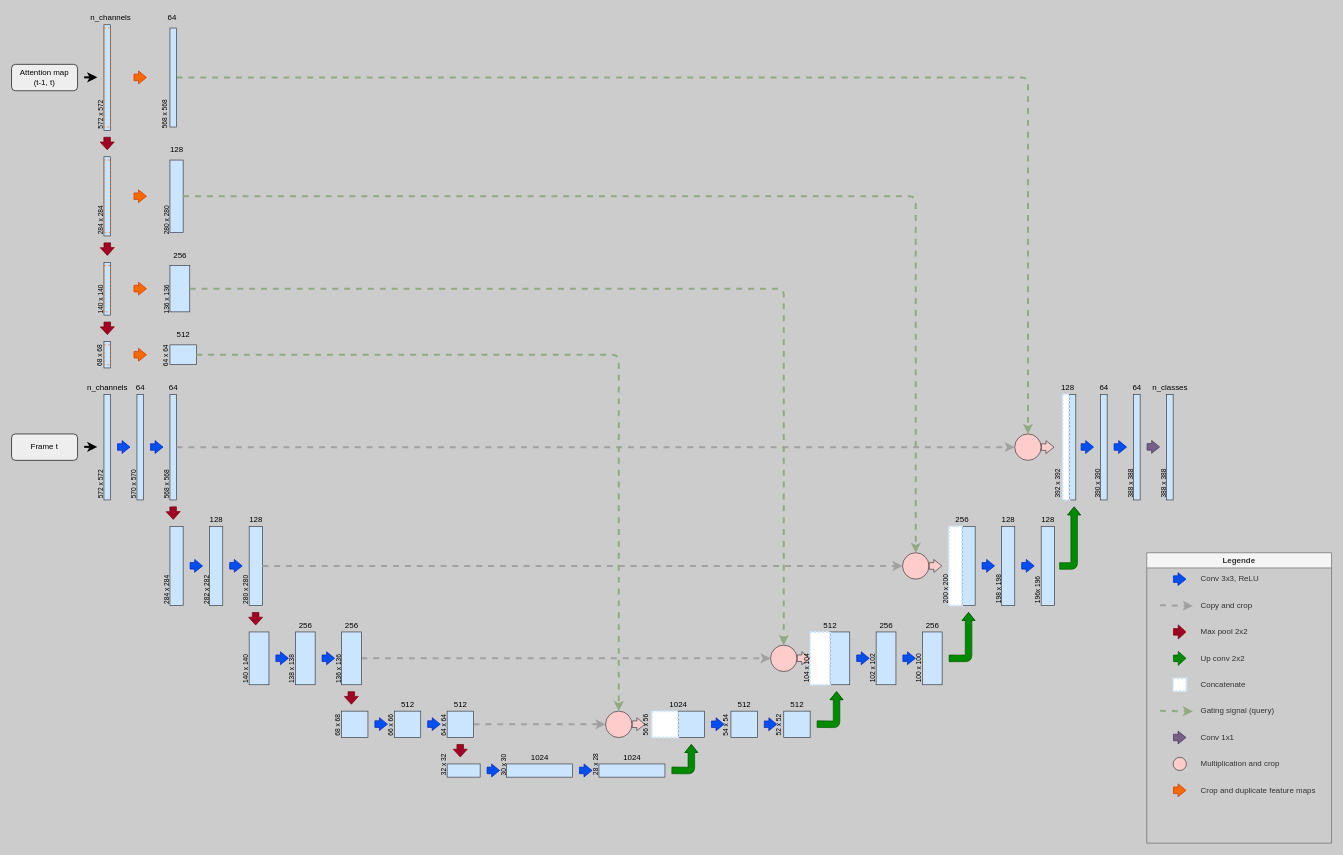
mirarzf/OF-tracker keeps this draw.io diagram as page "Alpha" (1 of 4) of diagrams/unet.drawio. Above is the earlier version. Source tidied: cells renumbered, new cells numbered last; positions are measured from the earlier drawing's top-left corner, leaving out a move shared by most shapes. Both pictures are drawn from the tidied source at 66%, with x=0, y=0 at pixel (11, 11).
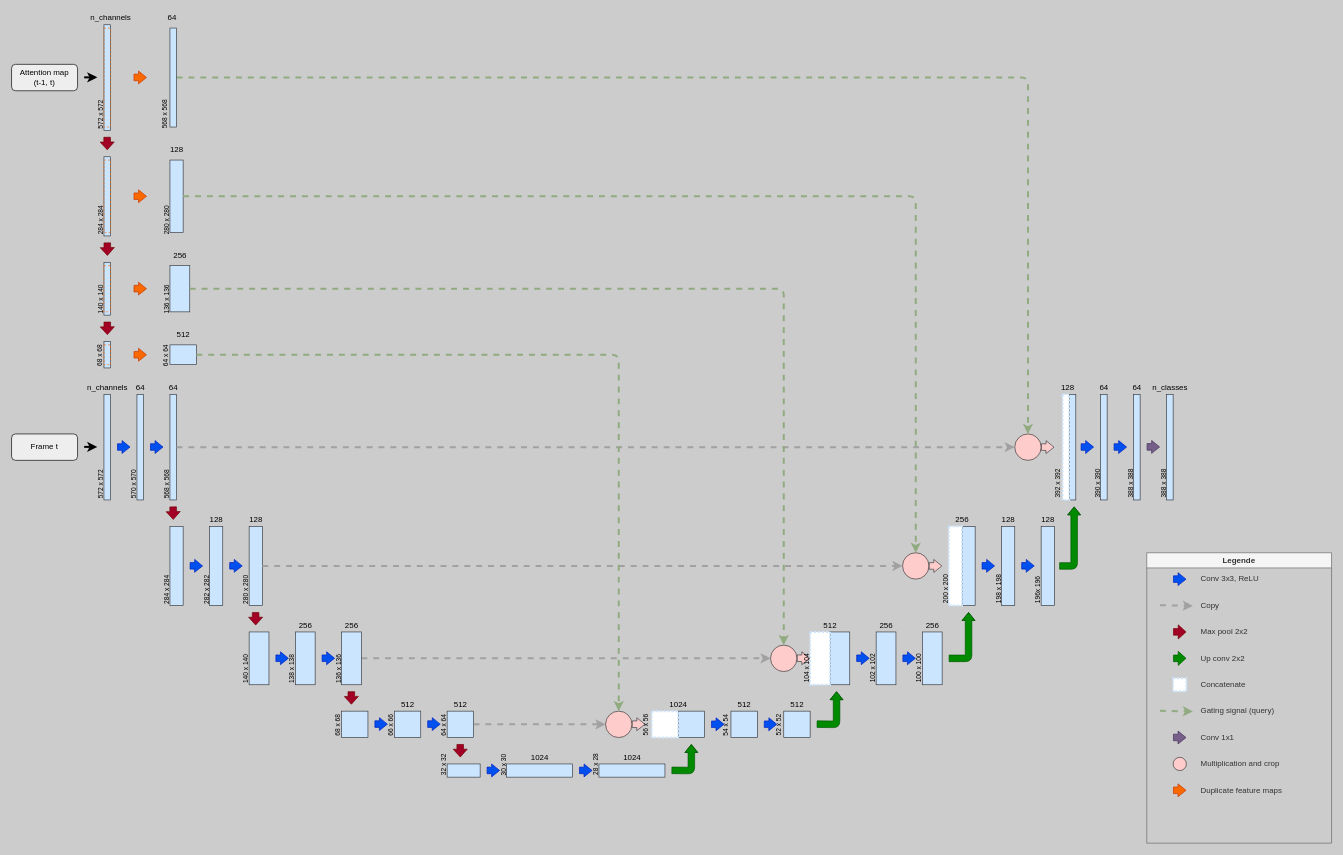
After the change.

Unchanged cells that the change refers to:
```xml
<mxCell id="59" value="Legende" style="swimlane;fillColor=#f5f5f5;fontColor=#333333;strokeColor=#666666;gradientColor=none;labelBackgroundColor=none;swimlaneLine=1;startSize=23;" parent="1" vertex="1">
  <mxGeometry x="1720" y="820" width="280" height="440" as="geometry" />
</mxCell>
```

Change to the diagram source:
```diff
@@
-    <mxCell id="63" value="Copy and crop" style="text;html=1;align=left;verticalAlign=middle;strokeColor=none;fillColor=none;fontColor=#333333;" parent="59" vertex="1">
-      <mxGeometry x="80" y="70" width="90" height="20" as="geometry" />
+    <mxCell id="63" value="Copy" style="text;html=1;align=left;verticalAlign=middle;strokeColor=none;fillColor=none;fontColor=#333333;" parent="59" vertex="1">
+      <mxGeometry x="80" y="70" width="40" height="20" as="geometry" />
     </mxCell>
@@
-    <mxCell id="77" value="Crop and duplicate feature maps" style="text;html=1;align=left;verticalAlign=middle;strokeColor=none;fillColor=none;fontColor=#333333;" parent="59" vertex="1">
-      <mxGeometry x="80" y="350" width="190" height="20" as="geometry" />
+    <mxCell id="77" value="Duplicate feature maps" style="text;html=1;align=left;verticalAlign=middle;strokeColor=none;fillColor=none;fontColor=#333333;" parent="59" vertex="1">
+      <mxGeometry x="80" y="350" width="140" height="20" as="geometry" />
     </mxCell>
```
